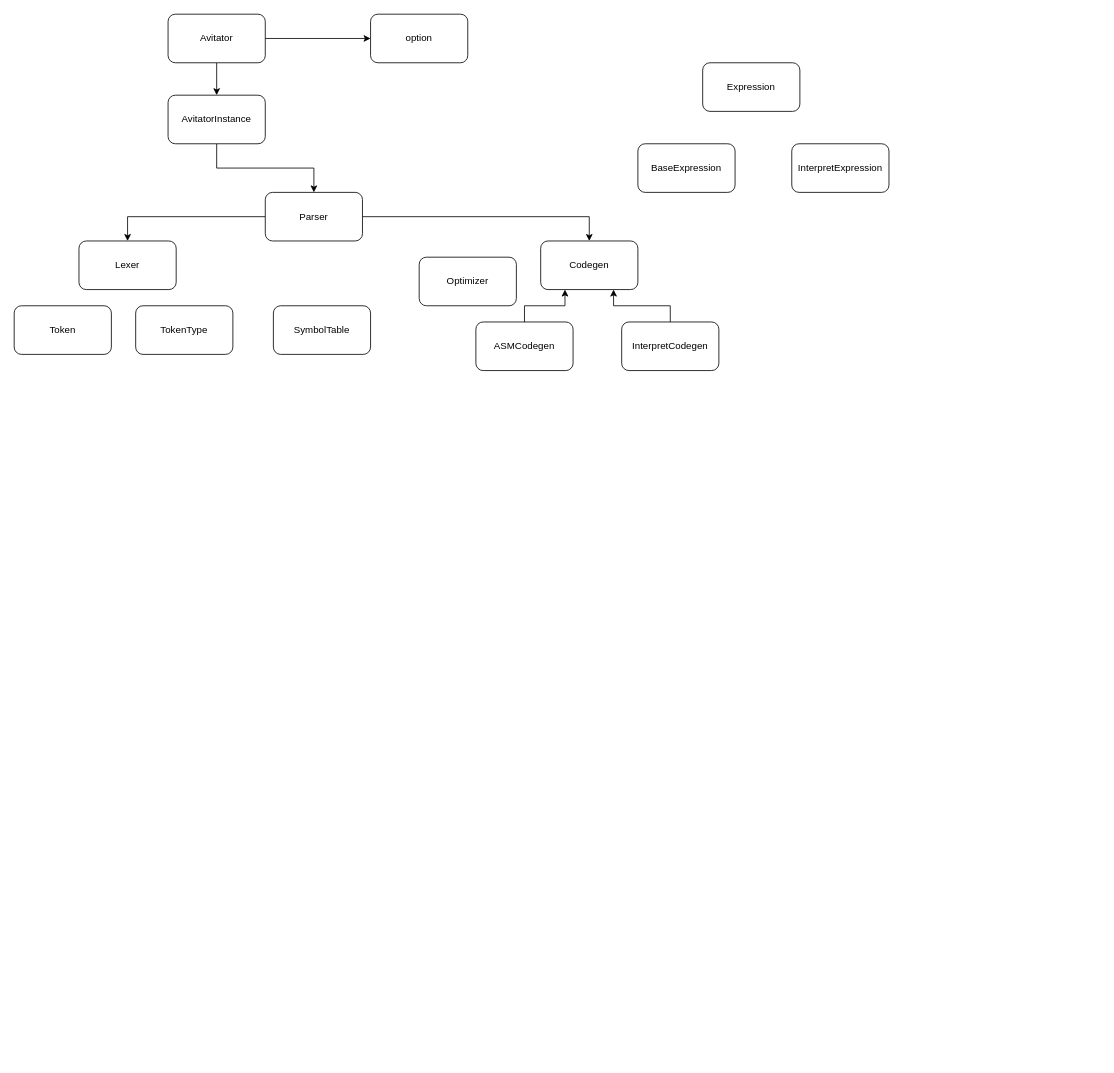
Before: yaparser.drawio in hanzhihua/webx.studio, a draw.io diagram. Source tidied: cells renumbered, new cells numbered last; positions are measured from the earlier drawing's top-left corner, leaving out a move shared by most shapes. Both pictures are drawn from the tidied source at 81%, with x=0, y=0 at pixel (14, 14).
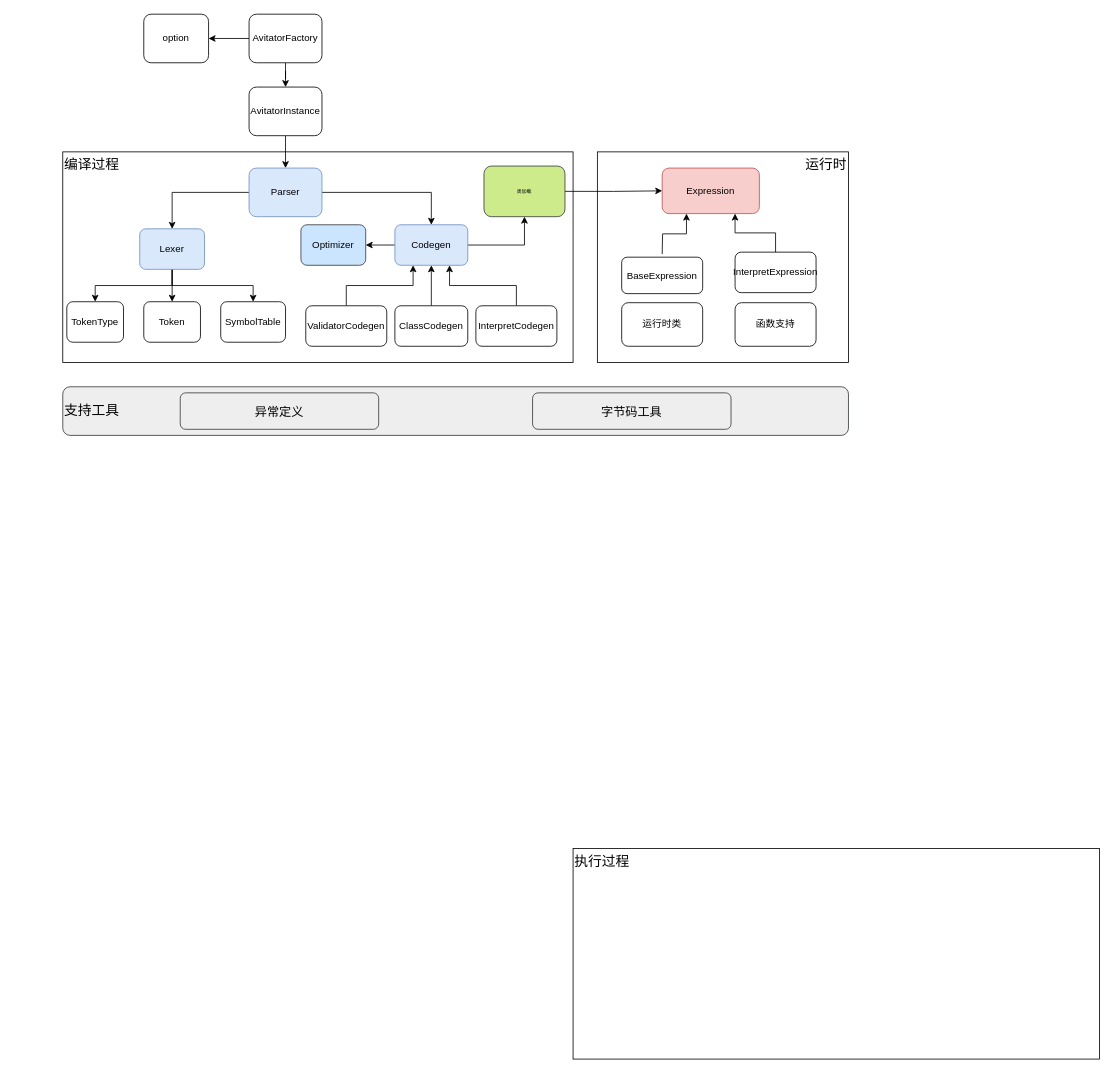
After the change.

Diff of the diagram source:
```diff
@@
+    <mxCell id="24" value="运行时" style="rounded=0;whiteSpace=wrap;html=1;fontSize=17;align=right;verticalAlign=top;" parent="1" vertex="1">
+      <mxGeometry x="720" y="170" width="310" height="260" as="geometry" />
+    </mxCell>
+    <mxCell id="25" value="编译过程" style="rounded=0;whiteSpace=wrap;html=1;align=left;verticalAlign=top;fontSize=17;" parent="1" vertex="1">
+      <mxGeometry x="60" y="170" width="630" height="260" as="geometry" />
+    </mxCell>
@@
     <mxCell id="3" value="AvitatorInstance" style="rounded=1;whiteSpace=wrap;html=1;" parent="1" vertex="1">
-      <mxGeometry x="190" y="100" width="120" height="60" as="geometry" />
+      <mxGeometry x="290" y="90" width="90" height="60" as="geometry" />
     </mxCell>
+    <mxCell id="5" style="edgeStyle=orthogonalEdgeStyle;rounded=0;jettySize=auto;html=1;exitX=0.5;exitY=1;exitDx=0;exitDy=0;" parent="1" edge="1" source="6" target="3">
+      <mxGeometry relative="1" as="geometry" />
+    </mxCell>
-    <mxCell id="4" style="edgeStyle=orthogonalEdgeStyle;rounded=0;jettySize=auto;html=1;exitX=1;exitY=0.5;exitDx=0;exitDy=0;" parent="1" edge="1" source="6" target="7">
+    <mxCell id="4" style="edgeStyle=orthogonalEdgeStyle;rounded=0;jettySize=auto;html=1;exitX=0;exitY=0.5;exitDx=0;exitDy=0;" parent="1" edge="1" source="6" target="7">
       <mxGeometry relative="1" as="geometry" />
     </mxCell>
-    <mxCell id="5" style="edgeStyle=orthogonalEdgeStyle;rounded=0;jettySize=auto;html=1;exitX=0.5;exitY=1;exitDx=0;exitDy=0;" parent="1" edge="1" source="6" target="3">
-      <mxGeometry relative="1" as="geometry" />
-    </mxCell>
-    <mxCell id="6" value="Avitator" style="rounded=1;whiteSpace=wrap;html=1;" parent="1" vertex="1">
-      <mxGeometry x="190" width="120" height="60" as="geometry" />
+    <mxCell id="6" value="AvitatorFactory" style="rounded=1;whiteSpace=wrap;html=1;" parent="1" vertex="1">
+      <mxGeometry x="290" width="90" height="60" as="geometry" />
     </mxCell>
     <mxCell id="7" value="option" style="rounded=1;whiteSpace=wrap;html=1;" parent="1" vertex="1">
-      <mxGeometry x="440" width="120" height="60" as="geometry" />
+      <mxGeometry x="160" width="80" height="60" as="geometry" />
     </mxCell>
+    <mxCell id="26" style="edgeStyle=orthogonalEdgeStyle;rounded=0;jettySize=auto;html=1;exitX=0.5;exitY=1;exitDx=0;exitDy=0;fontSize=17;" parent="1" edge="1" source="8" target="18">
+      <mxGeometry relative="1" as="geometry" />
+    </mxCell>
+    <mxCell id="27" style="edgeStyle=orthogonalEdgeStyle;rounded=0;jettySize=auto;html=1;exitX=0.5;exitY=1;exitDx=0;exitDy=0;fontSize=17;" parent="1" edge="1" source="8" target="17">
+      <mxGeometry relative="1" as="geometry" />
+    </mxCell>
+    <mxCell id="28" style="edgeStyle=orthogonalEdgeStyle;rounded=0;jettySize=auto;html=1;exitX=0.5;exitY=1;exitDx=0;exitDy=0;fontSize=17;" parent="1" edge="1" source="8" target="20">
+      <mxGeometry relative="1" as="geometry" />
+    </mxCell>
-    <mxCell id="8" value="Lexer" style="rounded=1;whiteSpace=wrap;html=1;" parent="1" vertex="1">
-      <mxGeometry x="80" y="280" width="120" height="60" as="geometry" />
+    <mxCell id="8" value="Lexer" style="rounded=1;whiteSpace=wrap;html=1;fillColor=#dae8fc;strokeColor=#6c8ebf;" parent="1" vertex="1">
+      <mxGeometry x="155" y="265" width="80" height="50" as="geometry" />
     </mxCell>
@@
-    <mxCell id="11" value="Parser" style="rounded=1;whiteSpace=wrap;html=1;" parent="1" vertex="1">
-      <mxGeometry x="310" y="220" width="120" height="60" as="geometry" />
+    <mxCell id="11" value="Parser" style="rounded=1;whiteSpace=wrap;html=1;fillColor=#dae8fc;strokeColor=#6c8ebf;" parent="1" vertex="1">
+      <mxGeometry x="290" y="190" width="90" height="60" as="geometry" />
     </mxCell>
+    <mxCell id="29" style="edgeStyle=orthogonalEdgeStyle;rounded=0;jettySize=auto;html=1;exitX=0;exitY=0.5;exitDx=0;exitDy=0;entryX=1;entryY=0.5;entryDx=0;entryDy=0;fontSize=17;" parent="1" edge="1" source="12" target="19">
+      <mxGeometry relative="1" as="geometry" />
+    </mxCell>
+    <mxCell id="30" style="edgeStyle=orthogonalEdgeStyle;rounded=0;jettySize=auto;html=1;exitX=1;exitY=0.5;exitDx=0;exitDy=0;entryX=0.5;entryY=1;entryDx=0;entryDy=0;fontSize=6;" parent="1" edge="1" source="12" target="40">
+      <mxGeometry relative="1" as="geometry" />
+    </mxCell>
-    <mxCell id="12" value="Codegen" style="rounded=1;whiteSpace=wrap;html=1;" parent="1" vertex="1">
-      <mxGeometry x="650" y="280" width="120" height="60" as="geometry" />
+    <mxCell id="12" value="Codegen" style="rounded=1;whiteSpace=wrap;html=1;fillColor=#dae8fc;strokeColor=#6c8ebf;" parent="1" vertex="1">
+      <mxGeometry x="470" y="260" width="90" height="50" as="geometry" />
     </mxCell>
@@
-    <mxCell id="14" value="ASMCodegen" style="rounded=1;whiteSpace=wrap;html=1;" parent="1" vertex="1">
-      <mxGeometry x="570" y="380" width="120" height="60" as="geometry" />
+    <mxCell id="14" value="ValidatorCodegen" style="rounded=1;whiteSpace=wrap;html=1;" parent="1" vertex="1">
+      <mxGeometry x="360" y="360" width="100" height="50" as="geometry" />
     </mxCell>
@@
     <mxCell id="16" value="InterpretCodegen" style="rounded=1;whiteSpace=wrap;html=1;" parent="1" vertex="1">
-      <mxGeometry x="750" y="380" width="120" height="60" as="geometry" />
+      <mxGeometry x="570" y="360" width="100" height="50" as="geometry" />
     </mxCell>
     <mxCell id="17" value="Token" style="rounded=1;whiteSpace=wrap;html=1;" parent="1" vertex="1">
-      <mxGeometry y="360" width="120" height="60" as="geometry" />
+      <mxGeometry x="160" y="355" width="70" height="50" as="geometry" />
     </mxCell>
     <mxCell id="18" value="TokenType" style="rounded=1;whiteSpace=wrap;html=1;" parent="1" vertex="1">
-      <mxGeometry x="150" y="360" width="120" height="60" as="geometry" />
+      <mxGeometry x="65" y="355" width="70" height="50" as="geometry" />
     </mxCell>
-    <mxCell id="19" value="Optimizer" style="rounded=1;whiteSpace=wrap;html=1;" parent="1" vertex="1">
-      <mxGeometry x="500" y="300" width="120" height="60" as="geometry" />
+    <mxCell id="19" value="Optimizer" style="rounded=1;whiteSpace=wrap;html=1;fillColor=#cce5ff;strokeColor=#36393d;" parent="1" vertex="1">
+      <mxGeometry x="354" y="260" width="80" height="50" as="geometry" />
     </mxCell>
     <mxCell id="20" value="SymbolTable" style="rounded=1;whiteSpace=wrap;html=1;" parent="1" vertex="1">
-      <mxGeometry x="320" y="360" width="120" height="60" as="geometry" />
+      <mxGeometry x="255" y="355" width="80" height="50" as="geometry" />
     </mxCell>
-    <mxCell id="21" value="Expression" style="rounded=1;whiteSpace=wrap;html=1;" parent="1" vertex="1">
-      <mxGeometry x="850" y="60" width="120" height="60" as="geometry" />
+    <mxCell id="21" value="Expression" style="rounded=1;whiteSpace=wrap;html=1;fillColor=#f8cecc;strokeColor=#b85450;" parent="1" vertex="1">
+      <mxGeometry x="800" y="190" width="120" height="56.2" as="geometry" />
     </mxCell>
+    <mxCell id="31" style="edgeStyle=orthogonalEdgeStyle;rounded=0;jettySize=auto;html=1;exitX=0.5;exitY=0;exitDx=0;exitDy=0;entryX=0.75;entryY=1;entryDx=0;entryDy=0;fontSize=17;" parent="1" edge="1" source="22" target="21">
+      <mxGeometry relative="1" as="geometry" />
+    </mxCell>
     <mxCell id="22" value="InterpretExpression" style="rounded=1;whiteSpace=wrap;html=1;" parent="1" vertex="1">
-      <mxGeometry x="960" y="160" width="120" height="60" as="geometry" />
+      <mxGeometry x="890" y="293.8" width="100" height="50" as="geometry" />
     </mxCell>
+    <mxCell id="32" style="edgeStyle=orthogonalEdgeStyle;rounded=0;jettySize=auto;html=1;exitX=0.5;exitY=0;exitDx=0;exitDy=0;entryX=0.25;entryY=1;entryDx=0;entryDy=0;fontSize=17;" parent="1" edge="1" target="21">
+      <mxGeometry relative="1" as="geometry">
+        <mxPoint x="800" y="296.2" as="sourcePoint" />
+      </mxGeometry>
+    </mxCell>
     <mxCell id="23" value="BaseExpression" style="rounded=1;whiteSpace=wrap;html=1;" parent="1" vertex="1">
-      <mxGeometry x="770" y="160" width="120" height="60" as="geometry" />
+      <mxGeometry x="750" y="300" width="100" height="45" as="geometry" />
     </mxCell>
+    <mxCell id="33" value="函数支持" style="rounded=1;whiteSpace=wrap;html=1;" parent="1" vertex="1">
+      <mxGeometry x="890" y="356.2" width="100" height="53.8" as="geometry" />
+    </mxCell>
+    <mxCell id="34" style="edgeStyle=orthogonalEdgeStyle;rounded=0;jettySize=auto;html=1;exitX=0.5;exitY=0;exitDx=0;exitDy=0;entryX=0.5;entryY=1;entryDx=0;entryDy=0;fontSize=17;" parent="1" edge="1" source="35" target="12">
+      <mxGeometry relative="1" as="geometry" />
+    </mxCell>
+    <mxCell id="35" value="ClassCodegen" style="rounded=1;whiteSpace=wrap;html=1;" parent="1" vertex="1">
+      <mxGeometry x="470" y="360" width="90" height="50" as="geometry" />
+    </mxCell>
+    <mxCell id="36" value="执行过程" style="rounded=0;whiteSpace=wrap;html=1;align=left;verticalAlign=top;fontSize=17;" parent="1" vertex="1">
+      <mxGeometry x="690" y="1030" width="650" height="260" as="geometry" />
+    </mxCell>
+    <mxCell id="37" style="edgeStyle=orthogonalEdgeStyle;rounded=0;orthogonalLoop=1;jettySize=auto;html=1;exitX=0.5;exitY=1;exitDx=0;exitDy=0;fontSize=17;" parent="1" edge="1">
+      <mxGeometry relative="1" as="geometry">
+        <mxPoint x="800" y="341.2" as="sourcePoint" />
+        <mxPoint x="800" y="341.2" as="targetPoint" />
+      </mxGeometry>
+    </mxCell>
+    <mxCell id="38" value="运行时类" style="rounded=1;whiteSpace=wrap;html=1;" parent="1" vertex="1">
+      <mxGeometry x="750" y="356.2" width="100" height="53.8" as="geometry" />
+    </mxCell>
+    <mxCell id="39" style="edgeStyle=orthogonalEdgeStyle;rounded=0;jettySize=auto;html=1;exitX=1;exitY=0.5;exitDx=0;exitDy=0;entryX=0;entryY=0.5;entryDx=0;entryDy=0;fontSize=6;" parent="1" edge="1" source="40" target="21">
+      <mxGeometry relative="1" as="geometry" />
+    </mxCell>
+    <mxCell id="40" value="类加载" style="rounded=1;whiteSpace=wrap;html=1;fontSize=6;fillColor=#cdeb8b;strokeColor=#36393d;" parent="1" vertex="1">
+      <mxGeometry x="580" y="187.5" width="100" height="62.5" as="geometry" />
+    </mxCell>
+    <mxCell id="41" value="支持工具" style="rounded=1;whiteSpace=wrap;html=1;fontSize=17;align=left;fillColor=#eeeeee;strokeColor=#36393d;" parent="1" vertex="1">
+      <mxGeometry x="60" y="460" width="970" height="60" as="geometry" />
+    </mxCell>
+    <mxCell id="42" value="异常定义" style="rounded=1;whiteSpace=wrap;html=1;fontSize=15;fillColor=#eeeeee;strokeColor=#36393d;" parent="1" vertex="1">
+      <mxGeometry x="205" y="467.5" width="245" height="45" as="geometry" />
+    </mxCell>
+    <mxCell id="43" value="字节码工具" style="rounded=1;whiteSpace=wrap;html=1;fontSize=15;fillColor=#eeeeee;strokeColor=#36393d;" parent="1" vertex="1">
+      <mxGeometry x="640" y="467.5" width="245" height="45" as="geometry" />
+    </mxCell>
```
